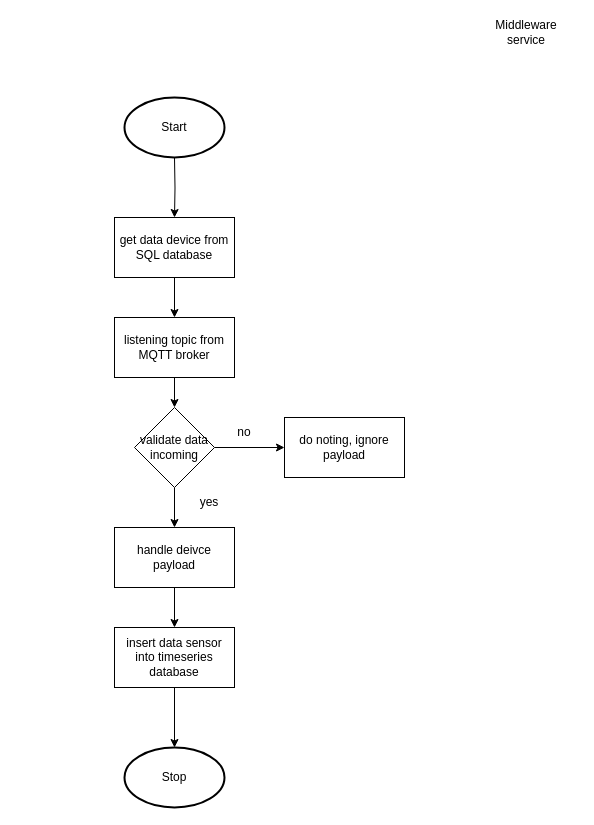
force445/Draw.io keeps this draw.io diagram as flowchart.drawio. Above is the earlier version. Source tidied: cells renumbered, new cells numbered last; positions are measured from the earlier drawing's top-left corner, leaving out a move shared by most shapes. Both pictures are drawn from the tidied source at 100%, with x=0, y=0 at pixel (114, 17).
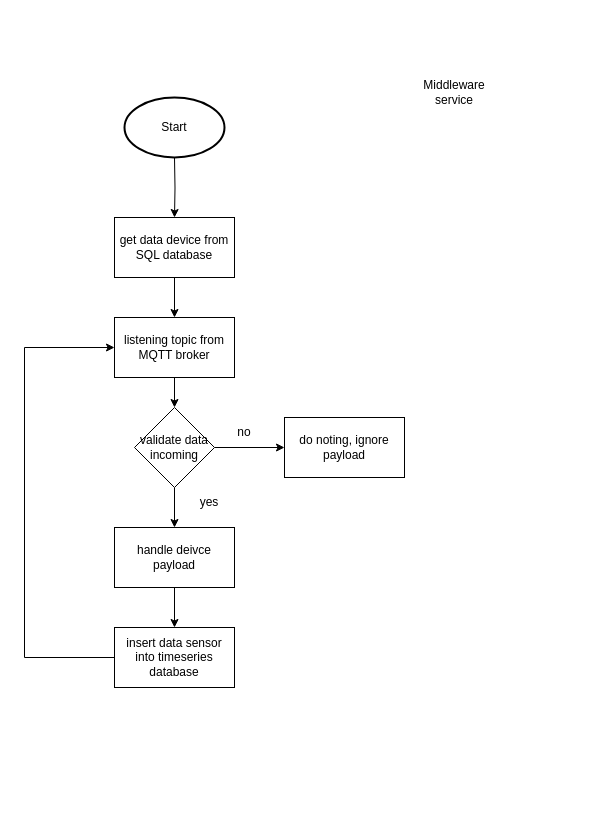
The same page after the edit.

The change refers to these unchanged cells:
```xml
<mxCell id="7" value="listening topic from MQTT broker" style="rounded=0;whiteSpace=wrap;html=1;" parent="1" vertex="1">
  <mxGeometry y="300" width="120" height="60" as="geometry" />
</mxCell>
<mxCell id="14" value="insert data sensor into timeseries database" style="rounded=0;whiteSpace=wrap;html=1;" parent="1" vertex="1">
  <mxGeometry y="610" width="120" height="60" as="geometry" />
</mxCell>
```

The edit, as a diff of the source:
```diff
@@
     <mxCell id="2" value="Middleware service" style="text;html=1;strokeColor=none;fillColor=none;align=center;verticalAlign=middle;whiteSpace=wrap;rounded=0;" parent="1" vertex="1">
-      <mxGeometry x="362" width="100" height="30" as="geometry" />
+      <mxGeometry x="290" y="60" width="100" height="30" as="geometry" />
     </mxCell>
@@
+    <mxCell id="20" style="edgeStyle=orthogonalEdgeStyle;rounded=0;jettySize=auto;html=1;exitX=0;exitY=0.5;exitDx=0;exitDy=0;entryX=0;entryY=0.5;entryDx=0;entryDy=0;" parent="1" edge="1" source="14" target="7">
+      <mxGeometry relative="1" as="geometry">
+        <Array as="points">
+          <mxPoint x="-90" y="640" />
+          <mxPoint x="-90" y="330" />
+        </Array>
+      </mxGeometry>
+    </mxCell>
@@
-    <mxCell id="18" value="Stop" style="strokeWidth=2;html=1;shape=mxgraph.flowchart.start_1;whiteSpace=wrap;" parent="1" vertex="1">
-      <mxGeometry x="10" y="730" width="100" height="60" as="geometry" />
-    </mxCell>
-    <mxCell id="19" style="edgeStyle=orthogonalEdgeStyle;rounded=0;jettySize=auto;html=1;exitX=0.5;exitY=1;exitDx=0;exitDy=0;entryX=0.5;entryY=0;entryDx=0;entryDy=0;entryPerimeter=0;" parent="1" edge="1" source="14" target="18">
-      <mxGeometry relative="1" as="geometry" />
-    </mxCell>
```
